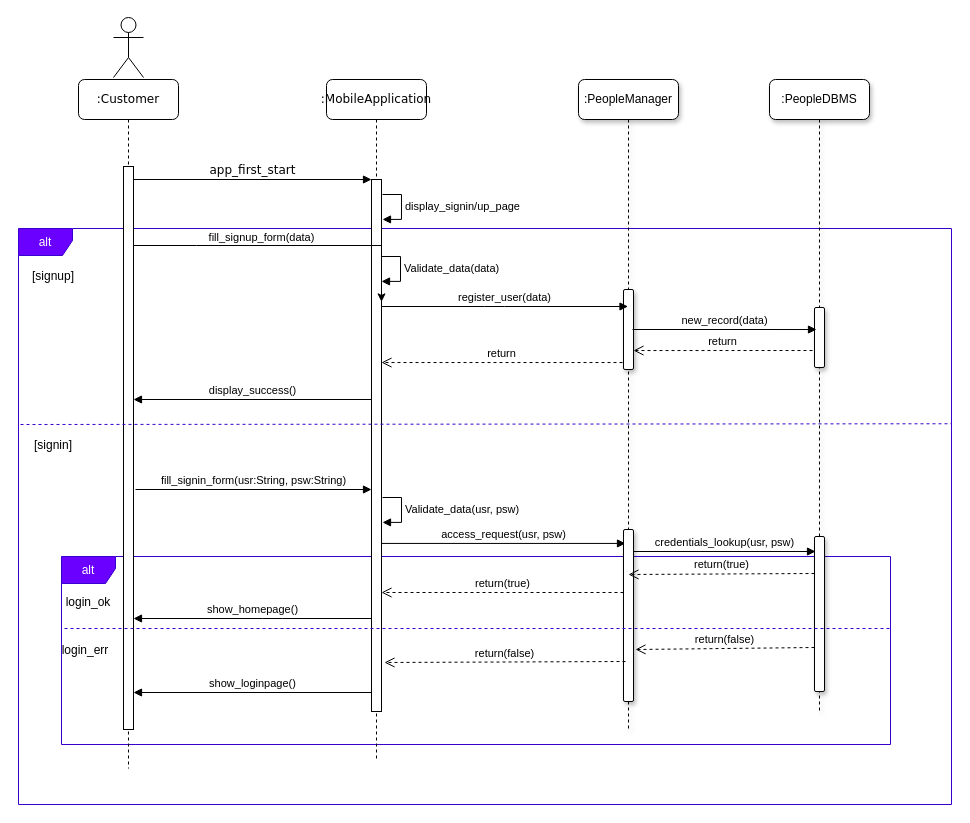
The draw.io diagram Diagrams/Sequence/sequence_customer_signup.drawio in pollo-fritto/PozziNeroniVetere, before the edit. Source tidied: cells renumbered, new cells numbered last; positions are measured from the earlier drawing's top-left corner, leaving out a move shared by most shapes. Both pictures are drawn from the tidied source at 100%, with x=0, y=0 at pixel (18, 17).
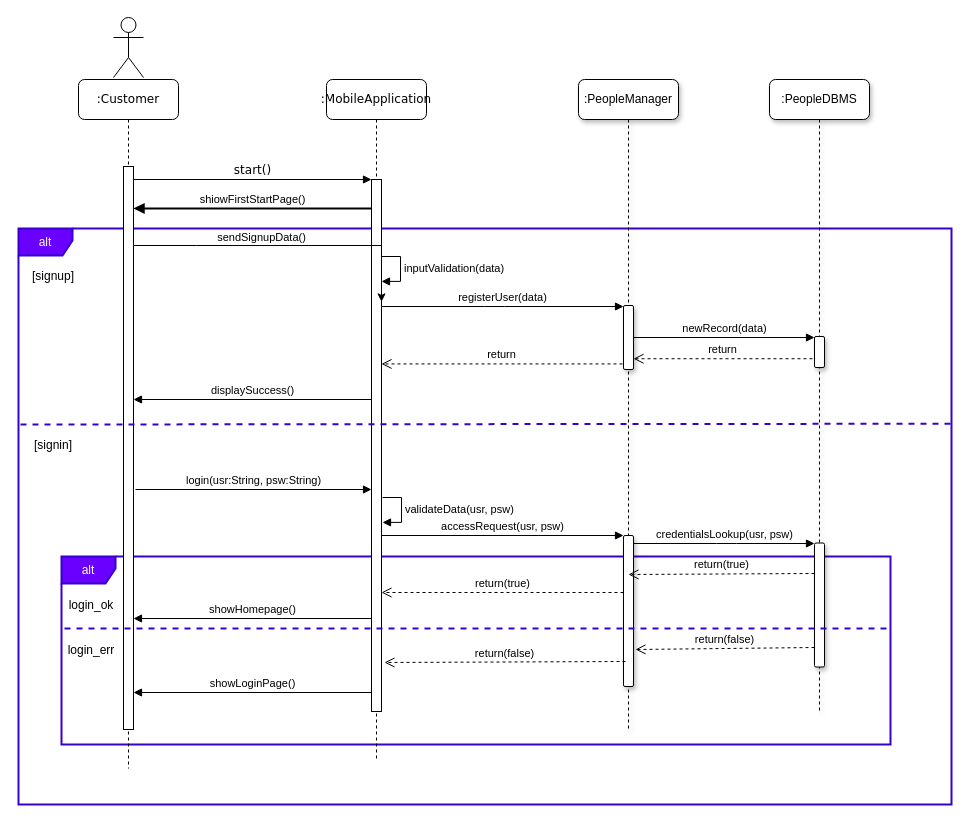
The same diagram, later.

Commit message (it also covers changes not shown here):
Enqueue sequence diagram, component diagram revision

The change refers to these unchanged cells:
```xml
<mxCell id="4" value=":MobileApplication" style="shape=umlLifeline;perimeter=lifelinePerimeter;whiteSpace=wrap;html=1;rounded=1;shadow=0;comic=0;labelBackgroundColor=none;strokeWidth=1;fontFamily=Verdana;fontSize=12;align=center;" parent="1" vertex="1">
  <mxGeometry x="308" y="62" width="100" height="682" as="geometry" />
</mxCell>
<mxCell id="5" style="html=1;points=[];perimeter=orthogonalPerimeter;rounded=0;shadow=0;comic=0;labelBackgroundColor=none;strokeWidth=1;fontFamily=Verdana;fontSize=12;align=center;" parent="4" vertex="1">
  <mxGeometry x="45" y="100" width="10" height="532" as="geometry" />
</mxCell>
<mxCell id="9" style="html=1;points=[];perimeter=orthogonalPerimeter;rounded=0;shadow=0;comic=0;labelBackgroundColor=none;strokeWidth=1;fontFamily=Verdana;fontSize=12;align=center;" parent="8" vertex="1">
  <mxGeometry x="45" y="87" width="10" height="563" as="geometry" />
</mxCell>
<mxCell id="12" style="edgeStyle=orthogonalEdgeStyle;rounded=0;jettySize=auto;html=1;entryX=1;entryY=0.23;entryDx=0;entryDy=0;entryPerimeter=0;" parent="1" edge="1" source="9" target="5">
  <mxGeometry relative="1" as="geometry">
    <Array as="points">
      <mxPoint x="178" y="228" />
      <mxPoint x="178" y="228" />
    </Array>
  </mxGeometry>
</mxCell>
<mxCell id="15" value=":PeopleManager" style="shape=umlLifeline;perimeter=lifelinePerimeter;whiteSpace=wrap;html=1;outlineConnect=0;rounded=1;shadow=1;glass=0;sketch=0;" parent="1" vertex="1">
  <mxGeometry x="560" y="62" width="100" height="650" as="geometry" />
</mxCell>
<mxCell id="17" value=":PeopleDBMS" style="shape=umlLifeline;perimeter=lifelinePerimeter;whiteSpace=wrap;html=1;rounded=1;shadow=1;glass=0;sketch=0;" parent="1" vertex="1">
  <mxGeometry x="751" y="62" width="100" height="634" as="geometry" />
</mxCell>
```

Diff of the diagram source:
```diff
@@
+    <mxCell id="3" value="alt" style="shape=umlFrame;whiteSpace=wrap;html=1;width=54;height=27;fillColor=#6a00ff;strokeColor=#3700CC;fontColor=#ffffff;strokeWidth=2;" parent="1" vertex="1">
+      <mxGeometry y="211" width="933" height="576" as="geometry" />
+    </mxCell>
-    <mxCell id="2" value="alt" style="shape=umlFrame;whiteSpace=wrap;html=1;width=54;height=27;fillColor=#6a00ff;strokeColor=#3700CC;fontColor=#ffffff;" parent="1" vertex="1">
+    <mxCell id="2" value="alt" style="shape=umlFrame;whiteSpace=wrap;html=1;width=54;height=27;fillColor=#6a00ff;strokeColor=#3700CC;fontColor=#ffffff;strokeWidth=2;" parent="1" vertex="1">
       <mxGeometry x="43" y="539" width="829" height="188" as="geometry" />
     </mxCell>
-    <mxCell id="3" value="alt" style="shape=umlFrame;whiteSpace=wrap;html=1;width=54;height=27;fillColor=#6a00ff;strokeColor=#3700CC;fontColor=#ffffff;" parent="1" vertex="1">
-      <mxGeometry y="211" width="933" height="576" as="geometry" />
-    </mxCell>
@@
-    <mxCell id="6" value="display_signin/up_page" style="edgeStyle=orthogonalEdgeStyle;html=1;align=left;spacingLeft=2;endArrow=block;rounded=0;entryX=1.1;entryY=0.143;entryDx=0;entryDy=0;entryPerimeter=0;" parent="4" edge="1">
-      <mxGeometry relative="1" as="geometry">
-        <mxPoint x="56" y="115" as="sourcePoint" />
-        <mxPoint x="56" y="139.9" as="targetPoint" />
-        <Array as="points">
-          <mxPoint x="75" y="115" />
-          <mxPoint x="75" y="140" />
-        </Array>
-      </mxGeometry>
-    </mxCell>
-    <mxCell id="7" value="display_success()" style="html=1;verticalAlign=bottom;endArrow=block;" parent="4" edge="1" target="9">
+    <mxCell id="7" value="displaySuccess()" style="html=1;verticalAlign=bottom;endArrow=block;" parent="4" edge="1" target="9">
       <mxGeometry relative="1" as="geometry">
         <mxPoint x="45" y="320" as="sourcePoint" />
       </mxGeometry>
     </mxCell>
@@
-    <mxCell id="10" value="app_first_start" style="html=1;verticalAlign=bottom;endArrow=block;entryX=0;entryY=0;labelBackgroundColor=none;fontFamily=Verdana;fontSize=12;edgeStyle=elbowEdgeStyle;elbow=vertical;" parent="1" edge="1" source="9" target="5">
+    <mxCell id="10" value="start()" style="html=1;verticalAlign=bottom;endArrow=block;entryX=0;entryY=0;labelBackgroundColor=none;fontFamily=Verdana;fontSize=12;edgeStyle=elbowEdgeStyle;elbow=vertical;" parent="1" edge="1" source="9" target="5">
       <mxGeometry relative="1" as="geometry" />
     </mxCell>
@@
-    <mxCell id="13" value="fill_signup_form(data)" style="edgeLabel;html=1;align=center;verticalAlign=middle;" parent="12" vertex="1">
+    <mxCell id="13" value="sendSignupData()" style="edgeLabel;html=1;align=center;verticalAlign=middle;" parent="12" vertex="1">
       <mxGeometry x="-0.29" y="-3" relative="1" as="geometry">
         <mxPoint x="19" y="-12" as="offset" />
       </mxGeometry>
     </mxCell>
-    <mxCell id="14" style="endArrow=none;dashed=1;html=1;fillColor=#6a00ff;strokeColor=#3700CC;entryX=1;entryY=0.339;entryDx=0;entryDy=0;entryPerimeter=0;" parent="1" edge="1" target="3">
+    <mxCell id="14" style="endArrow=none;dashed=1;html=1;fillColor=#6a00ff;strokeColor=#3700CC;entryX=1;entryY=0.339;entryDx=0;entryDy=0;entryPerimeter=0;strokeWidth=2;" parent="1" edge="1" target="3">
       <mxGeometry relative="1" as="geometry">
         <mxPoint x="2" y="407" as="sourcePoint" />
       </mxGeometry>
     </mxCell>
@@
     <mxCell id="16" style="html=1;points=[];perimeter=orthogonalPerimeter;rounded=1;shadow=1;glass=0;sketch=0;" parent="15" vertex="1">
-      <mxGeometry x="45" y="210" width="10" height="80" as="geometry" />
+      <mxGeometry x="45" y="226" width="10" height="64" as="geometry" />
     </mxCell>
@@
     <mxCell id="18" style="html=1;points=[];perimeter=orthogonalPerimeter;rounded=1;shadow=1;glass=0;sketch=0;" parent="17" vertex="1">
-      <mxGeometry x="45" y="228" width="10" height="60" as="geometry" />
+      <mxGeometry x="45" y="257" width="10" height="31" as="geometry" />
     </mxCell>
-    <mxCell id="19" value="Validate_data(data)" style="edgeStyle=orthogonalEdgeStyle;html=1;align=left;spacingLeft=2;endArrow=block;rounded=0;entryX=1.1;entryY=0.143;entryDx=0;entryDy=0;entryPerimeter=0;" parent="1" edge="1">
+    <mxCell id="19" value="inputValidation(data)" style="edgeStyle=orthogonalEdgeStyle;html=1;align=left;spacingLeft=2;endArrow=block;rounded=0;entryX=1.1;entryY=0.143;entryDx=0;entryDy=0;entryPerimeter=0;" parent="1" edge="1">
       <mxGeometry relative="1" as="geometry">
         <mxPoint x="363" y="239" as="sourcePoint" />
         <mxPoint x="363" y="263.9" as="targetPoint" />
         <Array as="points">
           <mxPoint x="382" y="239" />
           <mxPoint x="382" y="264" />
         </Array>
       </mxGeometry>
     </mxCell>
-    <mxCell id="20" value="register_user(data)" style="html=1;verticalAlign=bottom;endArrow=block;" parent="1" edge="1" source="5" target="15">
+    <mxCell id="20" value="registerUser(data)" style="html=1;verticalAlign=bottom;endArrow=block;" parent="1" edge="1" source="5" target="16">
       <mxGeometry relative="1" as="geometry">
         <Array as="points">
           <mxPoint x="476" y="289" />
         </Array>
       </mxGeometry>
     </mxCell>
-    <mxCell id="21" value="new_record(data)" style="html=1;verticalAlign=bottom;endArrow=block;exitX=0.9;exitY=0.5;exitDx=0;exitDy=0;exitPerimeter=0;entryX=0.2;entryY=0.367;entryDx=0;entryDy=0;entryPerimeter=0;" parent="1" edge="1" source="16" target="18">
+    <mxCell id="21" value="newRecord(data)" style="html=1;verticalAlign=bottom;endArrow=block;" parent="1" edge="1" source="16" target="18">
       <mxGeometry relative="1" as="geometry" />
     </mxCell>
-    <mxCell id="22" value="return" style="html=1;verticalAlign=bottom;endArrow=open;dashed=1;endSize=8;entryX=1;entryY=0.763;entryDx=0;entryDy=0;entryPerimeter=0;exitX=-0.2;exitY=0.717;exitDx=0;exitDy=0;exitPerimeter=0;" parent="1" edge="1" source="18" target="16">
+    <mxCell id="22" value="return" style="html=1;verticalAlign=bottom;endArrow=open;dashed=1;endSize=8;exitX=-0.2;exitY=0.717;exitDx=0;exitDy=0;exitPerimeter=0;" parent="1" edge="1" source="18" target="16">
       <mxGeometry relative="1" as="geometry" />
     </mxCell>
@@
-    <mxCell id="26" value="fill_signin_form(usr:String, psw:String)" style="html=1;verticalAlign=bottom;endArrow=block;" parent="1" edge="1" target="5">
+    <mxCell id="26" value="login(usr:String, psw:String)" style="html=1;verticalAlign=bottom;endArrow=block;" parent="1" edge="1" target="5">
       <mxGeometry relative="1" as="geometry">
         <mxPoint x="117" y="472" as="sourcePoint" />
       </mxGeometry>
     </mxCell>
-    <mxCell id="27" value="Validate_data(usr, psw)" style="edgeStyle=orthogonalEdgeStyle;html=1;align=left;spacingLeft=2;endArrow=block;rounded=0;entryX=1.1;entryY=0.143;entryDx=0;entryDy=0;entryPerimeter=0;" parent="1" edge="1">
+    <mxCell id="27" value="validateData(usr, psw)" style="edgeStyle=orthogonalEdgeStyle;html=1;align=left;spacingLeft=2;endArrow=block;rounded=0;entryX=1.1;entryY=0.143;entryDx=0;entryDy=0;entryPerimeter=0;" parent="1" edge="1">
       <mxGeometry relative="1" as="geometry">
         <mxPoint x="364" y="480" as="sourcePoint" />
         <mxPoint x="364" y="504.9" as="targetPoint" />
         <Array as="points">
           <mxPoint x="383" y="480" />
           <mxPoint x="383" y="505" />
         </Array>
       </mxGeometry>
     </mxCell>
-    <mxCell id="28" value="access_request(usr, psw)" style="html=1;verticalAlign=bottom;endArrow=block;entryX=0.2;entryY=0.081;entryDx=0;entryDy=0;entryPerimeter=0;" parent="1" edge="1" source="5" target="29">
+    <mxCell id="28" value="accessRequest(usr, psw)" style="html=1;verticalAlign=bottom;endArrow=block;" parent="1" edge="1" source="5" target="29">
       <mxGeometry relative="1" as="geometry" />
     </mxCell>
     <mxCell id="29" style="html=1;points=[];perimeter=orthogonalPerimeter;rounded=1;shadow=1;glass=0;sketch=0;" parent="1" vertex="1">
-      <mxGeometry x="605" y="512" width="10" height="172" as="geometry" />
+      <mxGeometry x="605" y="518" width="10" height="151" as="geometry" />
     </mxCell>
     <mxCell id="30" style="html=1;points=[];perimeter=orthogonalPerimeter;rounded=1;shadow=1;glass=0;sketch=0;" parent="1" vertex="1">
-      <mxGeometry x="796" y="519" width="10" height="155" as="geometry" />
+      <mxGeometry x="796" y="525.5" width="10" height="124" as="geometry" />
     </mxCell>
-    <mxCell id="31" value="credentials_lookup(usr, psw)" style="html=1;verticalAlign=bottom;endArrow=block;" parent="1" edge="1" source="29">
+    <mxCell id="31" value="credentialsLookup(usr, psw)" style="html=1;verticalAlign=bottom;endArrow=block;" parent="1" edge="1" source="29" target="30">
       <mxGeometry relative="1" as="geometry">
-        <mxPoint x="797" y="534" as="targetPoint" />
+        <Array as="points">
+          <mxPoint x="708" y="526" />
+        </Array>
       </mxGeometry>
     </mxCell>
@@
-    <mxCell id="35" value="show_loginpage()" style="html=1;verticalAlign=bottom;endArrow=block;" parent="1" edge="1" target="9">
+    <mxCell id="35" value="showLoginPage()" style="html=1;verticalAlign=bottom;endArrow=block;" parent="1" edge="1" target="9">
       <mxGeometry relative="1" as="geometry">
         <mxPoint x="353" y="675" as="sourcePoint" />
       </mxGeometry>
     </mxCell>
@@
-    <mxCell id="37" value="show_homepage()" style="html=1;verticalAlign=bottom;endArrow=block;" parent="1" edge="1" source="5" target="9">
+    <mxCell id="37" value="showHomepage()" style="html=1;verticalAlign=bottom;endArrow=block;" parent="1" edge="1" source="5" target="9">
       <mxGeometry relative="1" as="geometry">
         <Array as="points">
           <mxPoint x="254" y="601" />
         </Array>
       </mxGeometry>
     </mxCell>
-    <mxCell id="38" style="endArrow=none;dashed=1;html=1;fillColor=#6a00ff;strokeColor=#3700CC;" parent="1" edge="1">
+    <mxCell id="38" style="endArrow=none;dashed=1;html=1;fillColor=#6a00ff;strokeColor=#3700CC;strokeWidth=2;" parent="1" edge="1">
       <mxGeometry relative="1" as="geometry">
         <mxPoint x="46" y="611" as="sourcePoint" />
         <mxPoint x="874" y="611" as="targetPoint" />
       </mxGeometry>
     </mxCell>
     <mxCell id="39" value="login_ok" style="text;html=1;strokeColor=none;fillColor=none;align=center;verticalAlign=middle;whiteSpace=wrap;rounded=0;shadow=1;glass=0;sketch=0;" parent="1" vertex="1">
-      <mxGeometry x="50" y="575" width="40" height="20" as="geometry" />
+      <mxGeometry x="53" y="577.5" width="40" height="20" as="geometry" />
     </mxCell>
     <mxCell id="40" value="login_err" style="text;html=1;strokeColor=none;fillColor=none;align=center;verticalAlign=middle;whiteSpace=wrap;rounded=0;shadow=1;glass=0;sketch=0;" parent="1" vertex="1">
-      <mxGeometry x="47" y="623" width="40" height="20" as="geometry" />
+      <mxGeometry x="53" y="623" width="40" height="20" as="geometry" />
     </mxCell>
+    <mxCell id="41" value="shiowFirstStartPage()" style="html=1;verticalAlign=bottom;endArrow=block;strokeWidth=2;" parent="1" edge="1" source="5" target="9">
+      <mxGeometry relative="1" as="geometry">
+        <Array as="points">
+          <mxPoint x="225" y="191" />
+        </Array>
+      </mxGeometry>
+    </mxCell>
```
